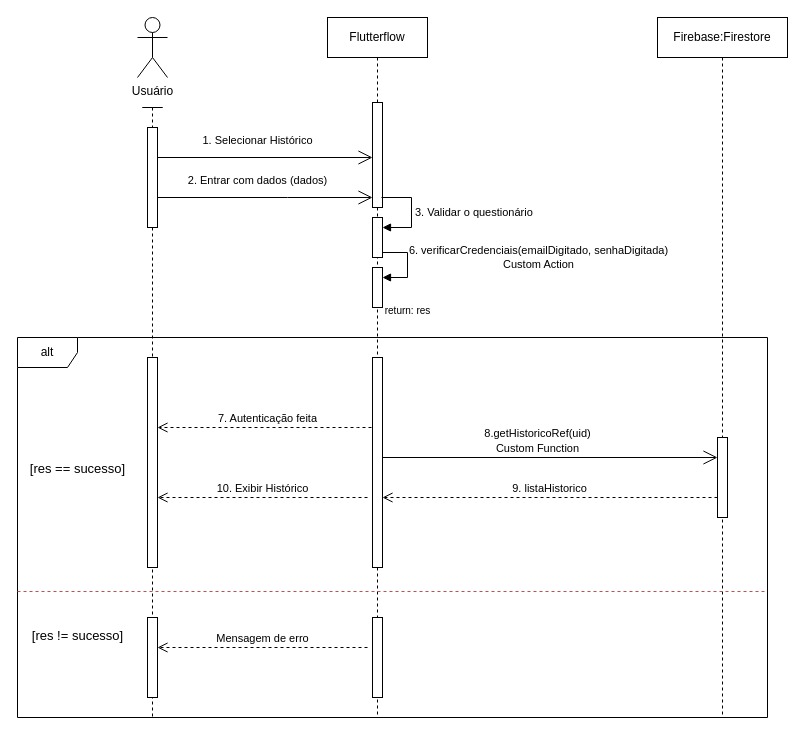
The draw.io diagram diagrams/sequenciaHistorico.drawio in Papuguinho/Papuguinho-diagrams, before the edit. Source tidied: cells renumbered, new cells numbered last; positions are measured from the earlier drawing's top-left corner, leaving out a move shared by most shapes. Both pictures are drawn from the tidied source at 100%, with x=0, y=0 at pixel (17, 17).
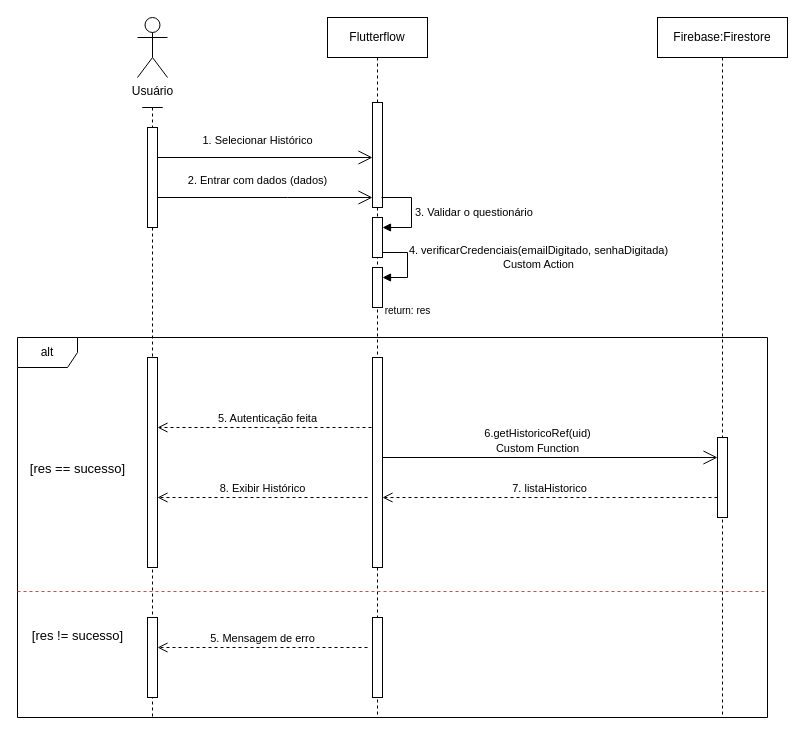
The same diagram, later.

Commit message:
DOCS: Atualiza sequenciaHistorico

Unchanged cells that the change refers to:
```xml
<mxCell id="5" style="html=1;points=[[0,0,0,0,5],[0,1,0,0,-5],[1,0,0,0,5],[1,1,0,0,-5]];perimeter=orthogonalPerimeter;outlineConnect=0;targetShapes=umlLifeline;portConstraint=eastwest;newEdgeStyle={&quot;curved&quot;:0,&quot;rounded&quot;:0};" parent="3" vertex="1">
  <mxGeometry x="5" y="250" width="10" height="210" as="geometry" />
</mxCell>
<mxCell id="6" value="Flutterflow" style="shape=umlLifeline;perimeter=lifelinePerimeter;whiteSpace=wrap;html=1;newEdgeStyle={&quot;curved&quot;:0,&quot;rounded&quot;:0};" parent="1" vertex="1">
  <mxGeometry x="310" width="100" height="700" as="geometry" />
</mxCell>
<mxCell id="8" style="html=1;points=[[0,0,0,0,5],[0,1,0,0,-5],[1,0,0,0,5],[1,1,0,0,-5]];perimeter=orthogonalPerimeter;outlineConnect=0;targetShapes=umlLifeline;portConstraint=eastwest;newEdgeStyle={&quot;curved&quot;:0,&quot;rounded&quot;:0};" parent="6" vertex="1">
  <mxGeometry x="45" y="200" width="10" height="40" as="geometry" />
</mxCell>
<mxCell id="10" style="html=1;points=[[0,0,0,0,5],[0,1,0,0,-5],[1,0,0,0,5],[1,1,0,0,-5]];perimeter=orthogonalPerimeter;outlineConnect=0;targetShapes=umlLifeline;portConstraint=eastwest;newEdgeStyle={&quot;curved&quot;:0,&quot;rounded&quot;:0};" parent="6" vertex="1">
  <mxGeometry x="45" y="250" width="10" height="40" as="geometry" />
</mxCell>
<mxCell id="31" style="html=1;points=[[0,0,0,0,5],[0,1,0,0,-5],[1,0,0,0,5],[1,1,0,0,-5]];perimeter=orthogonalPerimeter;outlineConnect=0;targetShapes=umlLifeline;portConstraint=eastwest;newEdgeStyle={&quot;curved&quot;:0,&quot;rounded&quot;:0};" parent="1" vertex="1">
  <mxGeometry x="130" y="600" width="10" height="80" as="geometry" />
</mxCell>
```

The edit, as a diff of the source:
```diff
@@
-    <mxCell id="11" value="6. verificarCredenciais(emailDigitado, senhaDigitada)&lt;div&gt;Custom Action&lt;/div&gt;" style="html=1;align=center;spacingLeft=2;endArrow=block;rounded=0;edgeStyle=orthogonalEdgeStyle;curved=0;rounded=0;exitX=1;exitY=1;exitDx=0;exitDy=-5;exitPerimeter=0;" parent="6" edge="1" source="8" target="10">
+    <mxCell id="11" value="4. verificarCredenciais(emailDigitado, senhaDigitada)&lt;div&gt;Custom Action&lt;/div&gt;" style="html=1;align=center;spacingLeft=2;endArrow=block;rounded=0;edgeStyle=orthogonalEdgeStyle;curved=0;rounded=0;exitX=1;exitY=1;exitDx=0;exitDy=-5;exitPerimeter=0;" parent="6" edge="1" source="8" target="10">
       <mxGeometry x="-0.2" y="130" relative="1" as="geometry">
         <Array as="points">
           <mxPoint x="80" y="235" />
           <mxPoint x="80" y="260" />
         </Array>
       </mxGeometry>
     </mxCell>
@@
-    <mxCell id="20" value="7. Autenticação feita" style="html=1;verticalAlign=bottom;endArrow=open;dashed=1;endSize=8;curved=0;rounded=0;" parent="1" edge="1" target="5">
+    <mxCell id="20" value="5. Autenticação feita" style="html=1;verticalAlign=bottom;endArrow=open;dashed=1;endSize=8;curved=0;rounded=0;" parent="1" edge="1" target="5">
       <mxGeometry relative="1" as="geometry">
         <mxPoint x="360" y="410" as="sourcePoint" />
         <Array as="points">
           <mxPoint x="340" y="410" />
         </Array>
       </mxGeometry>
     </mxCell>
@@
-    <mxCell id="23" value="&lt;font style=&quot;font-weight: normal; font-size: 11px;&quot;&gt;8.getHistoricoRef(uid)&lt;/font&gt;&lt;div&gt;&lt;font style=&quot;font-weight: normal; font-size: 11px;&quot;&gt;Custom Function&lt;/font&gt;&lt;/div&gt;" style="text;align=center;fontStyle=1;verticalAlign=middle;spacingLeft=3;spacingRight=3;strokeColor=none;html=1;" parent="1" vertex="1">
+    <mxCell id="23" value="&lt;font style=&quot;font-weight: normal; font-size: 11px;&quot;&gt;6.getHistoricoRef(uid)&lt;/font&gt;&lt;div&gt;&lt;font style=&quot;font-weight: normal; font-size: 11px;&quot;&gt;Custom Function&lt;/font&gt;&lt;/div&gt;" style="text;align=center;fontStyle=1;verticalAlign=middle;spacingLeft=3;spacingRight=3;strokeColor=none;html=1;" parent="1" vertex="1">
       <mxGeometry x="480" y="410" width="80" height="26" as="geometry" />
     </mxCell>
-    <mxCell id="24" value="9. listaHistorico" style="html=1;verticalAlign=bottom;endArrow=open;dashed=1;endSize=8;curved=0;rounded=0;" parent="1" edge="1">
+    <mxCell id="24" value="7. listaHistorico" style="html=1;verticalAlign=bottom;endArrow=open;dashed=1;endSize=8;curved=0;rounded=0;" parent="1" edge="1">
       <mxGeometry relative="1" as="geometry">
         <mxPoint x="700" y="480" as="sourcePoint" />
         <mxPoint x="365" y="480" as="targetPoint" />
       </mxGeometry>
     </mxCell>
@@
-    <mxCell id="26" value="10. Exibir Histórico" style="html=1;verticalAlign=bottom;endArrow=open;dashed=1;endSize=8;curved=0;rounded=0;" parent="1" edge="1" target="5">
+    <mxCell id="26" value="8. Exibir Histórico" style="html=1;verticalAlign=bottom;endArrow=open;dashed=1;endSize=8;curved=0;rounded=0;" parent="1" edge="1" target="5">
       <mxGeometry relative="1" as="geometry">
         <mxPoint x="350" y="480" as="sourcePoint" />
       </mxGeometry>
     </mxCell>
@@
-    <mxCell id="30" value="Mensagem de erro" style="html=1;verticalAlign=bottom;endArrow=open;dashed=1;endSize=8;curved=0;rounded=0;entryX=1;entryY=0.375;entryDx=0;entryDy=0;entryPerimeter=0;" parent="1" edge="1" target="31">
+    <mxCell id="30" value="5. Mensagem de erro" style="html=1;verticalAlign=bottom;endArrow=open;dashed=1;endSize=8;curved=0;rounded=0;entryX=1;entryY=0.375;entryDx=0;entryDy=0;entryPerimeter=0;" parent="1" edge="1" target="31">
       <mxGeometry relative="1" as="geometry">
         <mxPoint x="350" y="630" as="sourcePoint" />
       </mxGeometry>
     </mxCell>
```
